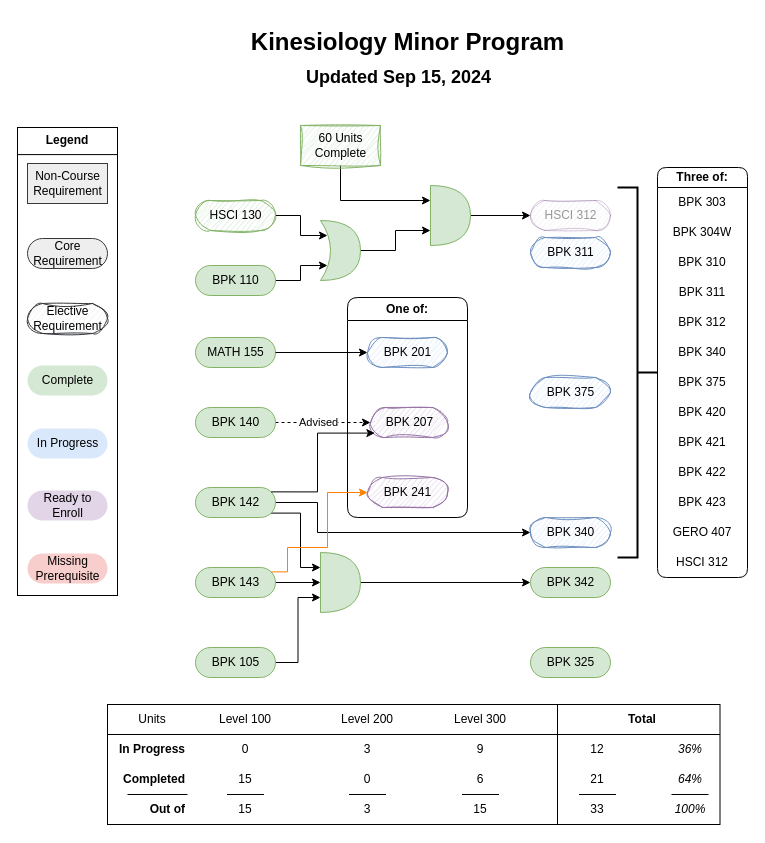
Orianous/draw.io keeps this draw.io diagram as Kin Minor.drawio. Above is the earlier version. Source tidied: cells renumbered, new cells numbered last; positions are measured from the earlier drawing's top-left corner, leaving out a move shared by most shapes. Both pictures are drawn from the tidied source at 100%, with x=0, y=0 at pixel (17, 17).
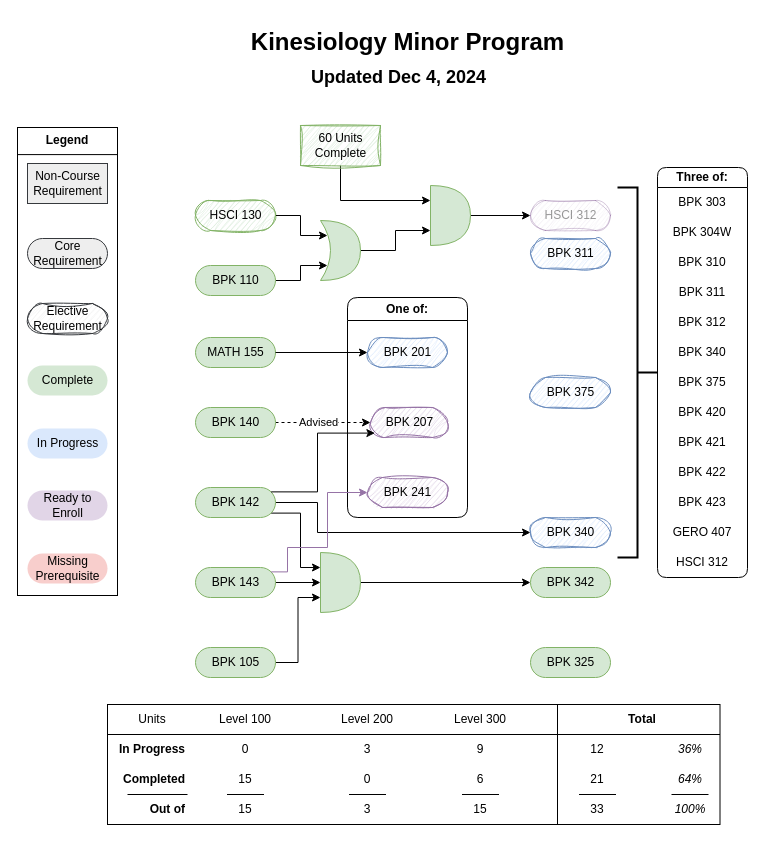
After the change.

Commit message:
Pre-Finals Update FA24

The change refers to these unchanged cells:
```xml
<mxCell id="31" value="BPK 143" style="html=1;dashed=0;whitespace=wrap;shape=mxgraph.dfd.start;fillColor=#d5e8d4;strokeColor=#82b366;" parent="20" vertex="1">
  <mxGeometry x="178" y="550" width="80" height="30" as="geometry" />
</mxCell>
<mxCell id="96" value="BPK 241" style="html=1;dashed=0;whitespace=wrap;shape=mxgraph.dfd.start;fillColor=#e1d5e7;strokeColor=#9673a6;sketch=1;curveFitting=1;jiggle=2;" parent="20" vertex="1">
  <mxGeometry x="350" y="460" width="80" height="30" as="geometry" />
</mxCell>
```

What changed in the source:
```diff
@@
-    <mxCell id="1" parent="0" />
-    <mxCell id="2" value="BPK 311" style="html=1;dashed=0;whitespace=wrap;shape=mxgraph.dfd.start;fillColor=#dae8fc;strokeColor=#6c8ebf;sketch=1;curveFitting=1;jiggle=2;" parent="1" vertex="1">
-      <mxGeometry x="513" y="220" width="80" height="30" as="geometry" />
-    </mxCell>
@@
-    <mxCell id="50" value="Updated Sep 15, 2024" style="text;strokeColor=none;fillColor=none;html=1;fontSize=18;fontStyle=1;verticalAlign=middle;align=center;" parent="20" vertex="1">
+    <mxCell id="50" value="Updated Dec 4, 2024" style="text;strokeColor=none;fillColor=none;html=1;fontSize=18;fontStyle=1;verticalAlign=middle;align=center;" parent="20" vertex="1">
       <mxGeometry x="283.5" y="40" width="195" height="40" as="geometry" />
     </mxCell>
@@
-    <mxCell id="97" style="edgeStyle=orthogonalEdgeStyle;rounded=0;jettySize=auto;html=1;exitX=0;exitY=0;exitDx=75.605;exitDy=4.395000000000001;exitPerimeter=0;entryX=0;entryY=0.5;entryDx=0;entryDy=0;entryPerimeter=0;strokeColor=#FF8000;" parent="20" edge="1" source="31" target="96">
+    <mxCell id="97" style="edgeStyle=orthogonalEdgeStyle;rounded=0;jettySize=auto;html=1;exitX=0;exitY=0;exitDx=75.605;exitDy=4.395000000000001;exitPerimeter=0;entryX=0;entryY=0.5;entryDx=0;entryDy=0;entryPerimeter=0;strokeColor=#9673a6;fillColor=#e1d5e7;" parent="20" edge="1" source="31" target="96">
       <mxGeometry relative="1" as="geometry">
         <Array as="points">
           <mxPoint x="270" y="554" />
           <mxPoint x="270" y="530" />
           <mxPoint x="310" y="530" />
           <mxPoint x="310" y="475" />
         </Array>
       </mxGeometry>
     </mxCell>
+    <mxCell id="2" value="BPK 311" style="html=1;dashed=0;whitespace=wrap;shape=mxgraph.dfd.start;fillColor=#dae8fc;strokeColor=#6c8ebf;sketch=1;curveFitting=1;jiggle=2;" parent="20" vertex="1">
+      <mxGeometry x="513" y="221" width="80" height="30" as="geometry" />
+    </mxCell>
```
